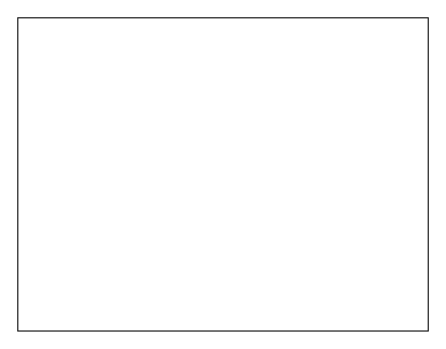
Above: Diagrama sin título.drawio in judlozanol/Systems-Analysis (draw.io), before the change. Source tidied: cells renumbered, new cells numbered last; positions are measured from the earlier drawing's top-left corner, leaving out a move shared by most shapes. Both pictures are drawn from the tidied source at 108%, with x=0, y=0 at pixel (17, 17).
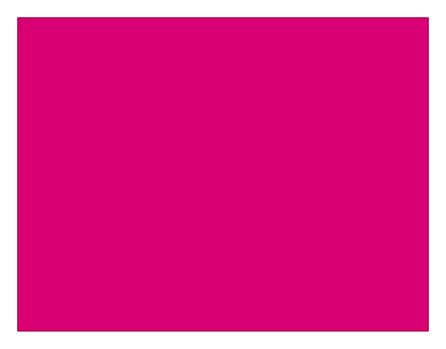
The same diagram, later.

The edit, as a diff of the source:
```diff
@@
 <mxGraphModel>
   <root>
     <mxCell id="0" />
     <mxCell id="1" parent="0" />
-    <mxCell id="2" style="rounded=0;whiteSpace=wrap;html=1;" parent="1" vertex="1">
+    <mxCell id="2" style="rounded=0;whiteSpace=wrap;html=1;fillColor=#d80073;fontColor=#ffffff;strokeColor=#A50040;" parent="1" vertex="1">
       <mxGeometry width="380" height="290" as="geometry" />
     </mxCell>
   </root>
 </mxGraphModel>
```
